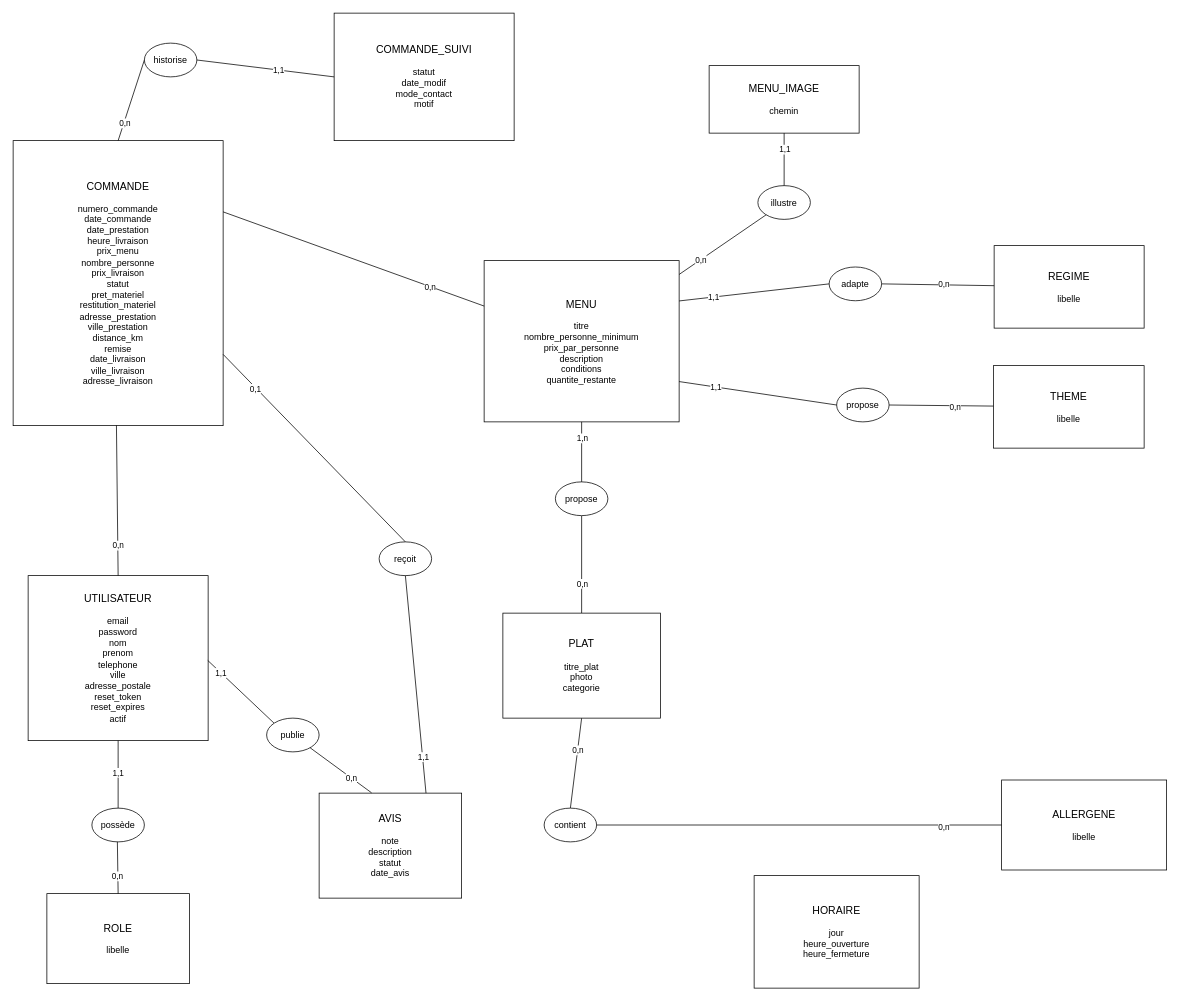
Earlier version of the draw.io diagram Documentation technique/Modèle Conceptuel de Données.drawio (Mathieupalle/vite-gourmand). Source tidied: cells renumbered, new cells numbered last; positions are measured from the earlier drawing's top-left corner, leaving out a move shared by most shapes. Both pictures are drawn from the tidied source at 75%, with x=0, y=0 at pixel (13, 13).
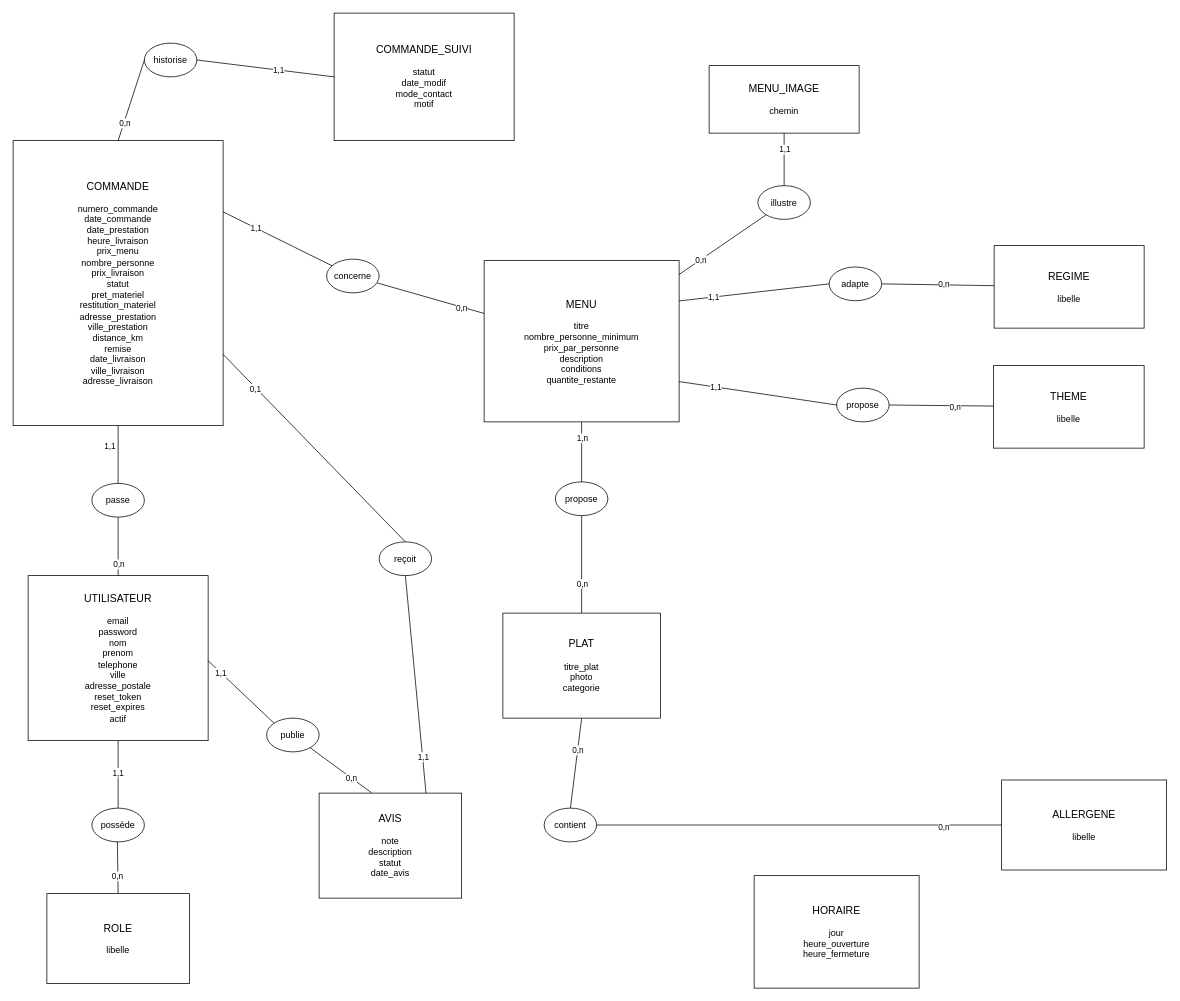
The same diagram, later.

Commit message (it also covers changes not shown here):
Diagrammes : MCD (associations passe et concerne), cas d'utilisation et séquence mis à jour

The change refers to these unchanged cells:
```xml
<mxCell id="3" value="&lt;font style=&quot;font-size: 14px;&quot;&gt;UTILISATEUR&lt;/font&gt;&lt;div&gt;&lt;br&gt;email&lt;br&gt;password&lt;br&gt;nom&lt;/div&gt;&lt;div&gt;prenom&lt;br&gt;telephone&lt;br&gt;ville&lt;br&gt;adresse_postale&lt;/div&gt;&lt;div&gt;reset_token&lt;/div&gt;&lt;div&gt;reset_expires&lt;/div&gt;&lt;div&gt;actif&lt;/div&gt;" style="rounded=0;whiteSpace=wrap;html=1;fillColor=#ffffff;strokeColor=#000000;" parent="1" vertex="1">
  <mxGeometry x="20" y="750" width="240" height="220" as="geometry" />
</mxCell>
<mxCell id="6" value="&lt;font style=&quot;font-size: 14px;&quot;&gt;MENU&lt;/font&gt;&lt;div&gt;&lt;br&gt;titre&lt;br&gt;nombre_personne_minimum&lt;br&gt;prix_par_personne&lt;br&gt;description&lt;br&gt;conditions&lt;br&gt;quantite_restante&lt;/div&gt;" style="rounded=0;whiteSpace=wrap;html=1;fillColor=#ffffff;strokeColor=#000000;" parent="1" vertex="1">
  <mxGeometry x="628" y="330" width="260" height="215" as="geometry" />
</mxCell>
<mxCell id="9" value="&lt;font style=&quot;font-size: 14px;&quot;&gt;COMMANDE&lt;/font&gt;&lt;div&gt;&lt;font style=&quot;font-size: 12px;&quot;&gt;&lt;br&gt;numero_commande&lt;br&gt;date_commande&lt;br&gt;date_prestation&lt;br&gt;heure_livraison&lt;br&gt;prix_menu&lt;br&gt;nombre_personne&lt;br&gt;prix_livraison&lt;br&gt;statut&lt;br&gt;pret_materiel&lt;br&gt;restitution_materiel&lt;/font&gt;&lt;/div&gt;&lt;div&gt;&lt;font style=&quot;font-size: 12px;&quot;&gt;adresse_prestation&lt;/font&gt;&lt;/div&gt;&lt;div&gt;&lt;font style=&quot;font-size: 12px;&quot;&gt;ville_prestation&lt;/font&gt;&lt;/div&gt;&lt;div&gt;&lt;font style=&quot;font-size: 12px;&quot;&gt;distance_km&lt;/font&gt;&lt;/div&gt;&lt;div&gt;&lt;font style=&quot;font-size: 12px;&quot;&gt;remise&lt;/font&gt;&lt;/div&gt;&lt;div&gt;&lt;font style=&quot;font-size: 12px;&quot;&gt;date_livraison&lt;/font&gt;&lt;/div&gt;&lt;div&gt;&lt;font style=&quot;font-size: 12px;&quot;&gt;ville_livraison&lt;/font&gt;&lt;/div&gt;&lt;div&gt;&lt;font style=&quot;font-size: 12px;&quot;&gt;adresse_livraison&lt;/font&gt;&lt;/div&gt;" style="rounded=0;whiteSpace=wrap;html=1;fillColor=#ffffff;strokeColor=#000000;align=center;" parent="1" vertex="1">
  <mxGeometry y="170" width="280" height="380" as="geometry" />
</mxCell>
```

Change to the diagram source:
```diff
@@
-    <mxCell id="15" style="endArrow=none;html=1;strokeColor=#000000;entryX=1;entryY=0.25;entryDx=0;entryDy=0;" parent="1" edge="1" source="6" target="9">
+    <mxCell id="15" style="endArrow=none;html=1;strokeColor=#000000;" parent="1" edge="1" source="6" target="66">
       <mxGeometry relative="1" as="geometry" />
     </mxCell>
@@
-    <mxCell id="26" style="endArrow=none;html=1;strokeColor=#000000;entryX=0.492;entryY=0.999;entryDx=0;entryDy=0;entryPerimeter=0;exitX=0.5;exitY=0;exitDx=0;exitDy=0;" parent="1" edge="1" source="3" target="9">
+    <mxCell id="26" style="endArrow=none;html=1;strokeColor=#000000;exitX=0.5;exitY=0;exitDx=0;exitDy=0;" parent="1" edge="1" source="3" target="69">
       <mxGeometry relative="1" as="geometry" />
     </mxCell>
@@
+    <mxCell id="66" value="concerne" style="ellipse;whiteSpace=wrap;html=1;fillColor=#ffffff;strokeColor=#000000;" parent="1" vertex="1">
+      <mxGeometry x="418" y="328" width="70" height="45" as="geometry" />
+    </mxCell>
+    <mxCell id="67" style="endArrow=none;html=1;strokeColor=#000000;entryX=1;entryY=0.25;entryDx=0;entryDy=0;" parent="1" edge="1" source="66" target="9">
+      <mxGeometry relative="1" as="geometry" />
+    </mxCell>
+    <mxCell id="68" value="1,1" style="edgeLabel;html=1;align=center;verticalAlign=middle;" parent="67" vertex="1">
+      <mxGeometry x="0.4" relative="1" as="geometry" />
+    </mxCell>
+    <mxCell id="69" value="passe" style="ellipse;whiteSpace=wrap;html=1;fillColor=#ffffff;strokeColor=#000000;" parent="1" vertex="1">
+      <mxGeometry x="105" y="627" width="70" height="45" as="geometry" />
+    </mxCell>
+    <mxCell id="70" style="endArrow=none;html=1;strokeColor=#000000;entryX=0.5;entryY=1;entryDx=0;entryDy=0;" parent="1" edge="1" source="69" target="9">
+      <mxGeometry relative="1" as="geometry" />
+    </mxCell>
+    <mxCell id="71" value="1,1" style="edgeLabel;html=1;align=center;verticalAlign=middle;" parent="70" vertex="1">
+      <mxGeometry x="0.3" y="12" relative="1" as="geometry" />
+    </mxCell>
```
